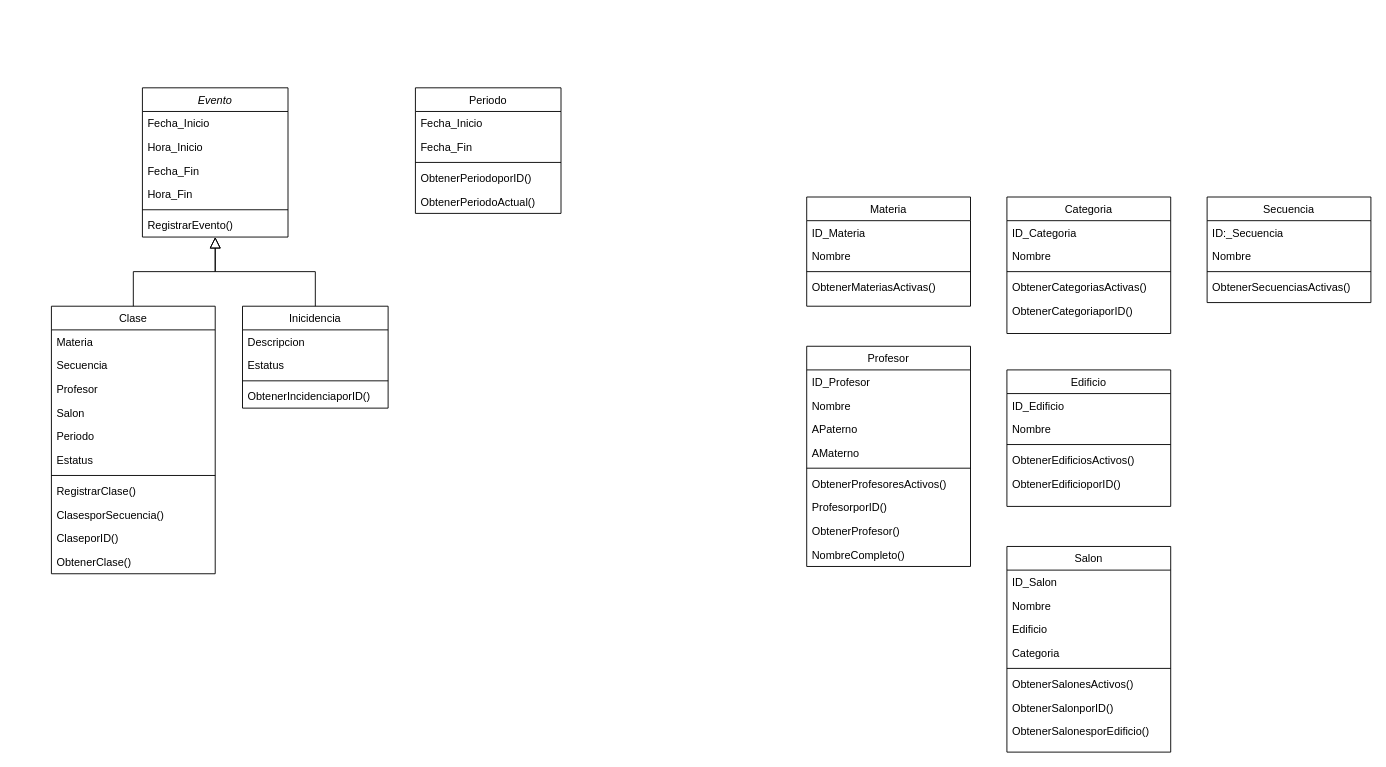
The draw.io diagram app/Http/Controllers/Diagrama de Clases.drawio in licdavidob/Zeus, before the edit. Source tidied: cells renumbered, new cells numbered last; positions are measured from the earlier drawing's top-left corner, leaving out a move shared by most shapes. Both pictures are drawn from the tidied source at 91%, with x=0, y=0 at pixel (51, 87).
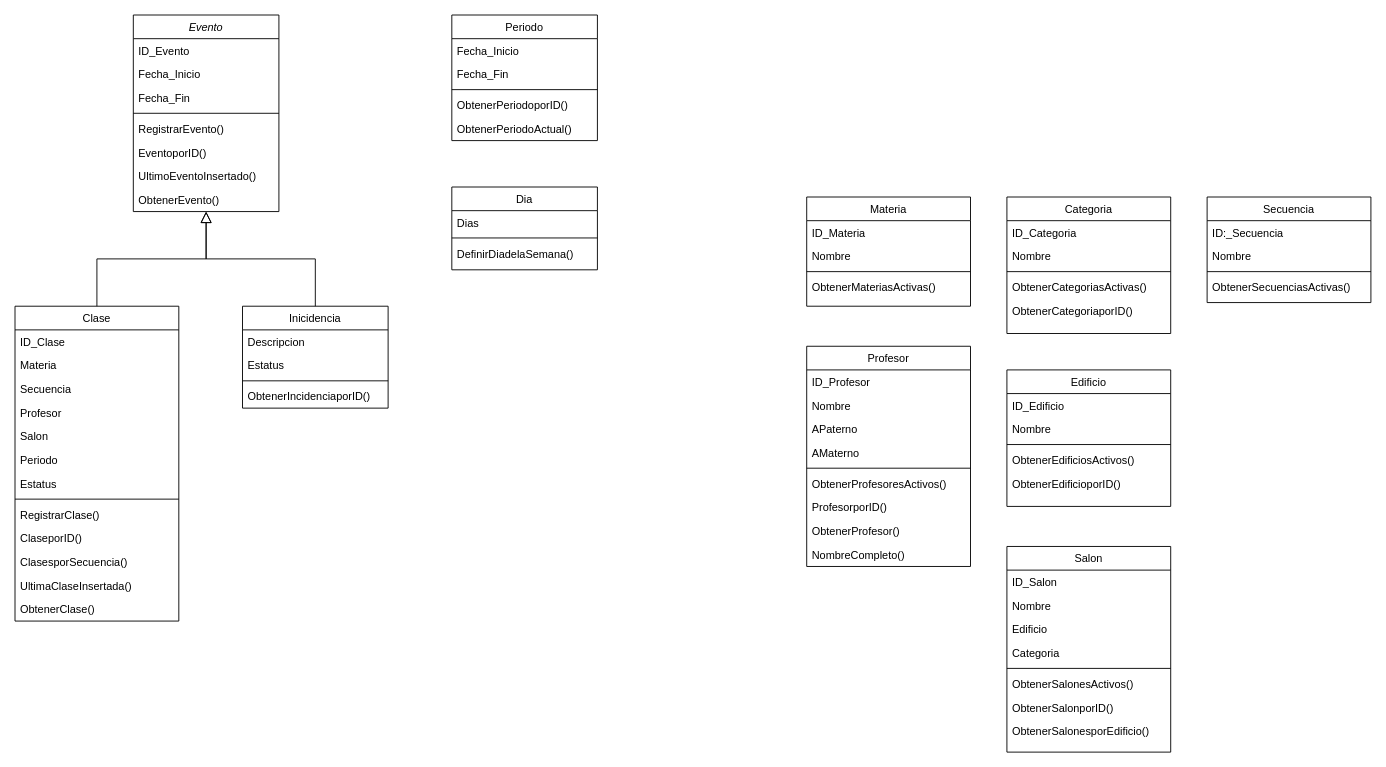
Above is the later version.

Diff of the diagram source:
```diff
@@
     <mxCell id="2" value="Evento" style="swimlane;fontStyle=2;align=center;verticalAlign=top;horizontal=1;startSize=26;rounded=0;shadow=0;strokeWidth=1;" parent="1" vertex="1">
-      <mxGeometry x="100" width="160" height="164" as="geometry" />
+      <mxGeometry x="90" y="-80" width="160" height="216" as="geometry" />
     </mxCell>
+    <mxCell id="75" value="ID_Evento" style="text;align=left;verticalAlign=top;spacingLeft=4;spacingRight=4;overflow=hidden;" parent="2" vertex="1">
+      <mxGeometry y="26" width="160" height="26" as="geometry" />
+    </mxCell>
     <mxCell id="3" value="Fecha_Inicio" style="text;align=left;verticalAlign=top;spacingLeft=4;spacingRight=4;overflow=hidden;" parent="2" vertex="1">
-      <mxGeometry y="26" width="160" height="26" as="geometry" />
+      <mxGeometry y="52" width="160" height="26" as="geometry" />
     </mxCell>
-    <mxCell id="4" value="Hora_Inicio" style="text;align=left;verticalAlign=top;spacingLeft=4;spacingRight=4;overflow=hidden;rounded=0;shadow=0;html=0;" parent="2" vertex="1">
-      <mxGeometry y="52" width="160" height="26" as="geometry" />
-    </mxCell>
@@
-    <mxCell id="6" value="Hora_Fin" style="text;align=left;verticalAlign=top;spacingLeft=4;spacingRight=4;overflow=hidden;rounded=0;shadow=0;html=0;" parent="2" vertex="1">
-      <mxGeometry y="104" width="160" height="26" as="geometry" />
-    </mxCell>
     <mxCell id="7" style="line;html=1;strokeWidth=1;align=left;verticalAlign=middle;spacingTop=-1;spacingLeft=3;spacingRight=3;labelPosition=right;" parent="2" vertex="1">
-      <mxGeometry y="130" width="160" height="8" as="geometry" />
+      <mxGeometry y="104" width="160" height="8" as="geometry" />
     </mxCell>
     <mxCell id="8" value="RegistrarEvento()" style="text;align=left;verticalAlign=top;spacingLeft=4;spacingRight=4;overflow=hidden;" parent="2" vertex="1">
-      <mxGeometry y="138" width="160" height="26" as="geometry" />
+      <mxGeometry y="112" width="160" height="26" as="geometry" />
     </mxCell>
+    <mxCell id="76" value="EventoporID()" style="text;align=left;verticalAlign=top;spacingLeft=4;spacingRight=4;overflow=hidden;" parent="2" vertex="1">
+      <mxGeometry y="138" width="160" height="26" as="geometry" />
+    </mxCell>
+    <mxCell id="77" value="UltimoEventoInsertado()" style="text;align=left;verticalAlign=top;spacingLeft=4;spacingRight=4;overflow=hidden;" parent="2" vertex="1">
+      <mxGeometry y="164" width="160" height="26" as="geometry" />
+    </mxCell>
+    <mxCell id="78" value="ObtenerEvento()" style="text;align=left;verticalAlign=top;spacingLeft=4;spacingRight=4;overflow=hidden;" parent="2" vertex="1">
+      <mxGeometry y="190" width="160" height="26" as="geometry" />
+    </mxCell>
     <mxCell id="9" value="Clase" style="swimlane;fontStyle=0;align=center;verticalAlign=top;horizontal=1;startSize=26;rounded=0;shadow=0;strokeWidth=1;" parent="1" vertex="1">
-      <mxGeometry y="240" width="180" height="294" as="geometry" />
+      <mxGeometry x="-40" y="240" width="180" height="346" as="geometry" />
     </mxCell>
+    <mxCell id="79" value="ID_Clase" style="text;align=left;verticalAlign=top;spacingLeft=4;spacingRight=4;overflow=hidden;" parent="9" vertex="1">
+      <mxGeometry y="26" width="180" height="26" as="geometry" />
+    </mxCell>
     <mxCell id="10" value="Materia" style="text;align=left;verticalAlign=top;spacingLeft=4;spacingRight=4;overflow=hidden;" parent="9" vertex="1">
-      <mxGeometry y="26" width="180" height="26" as="geometry" />
+      <mxGeometry y="52" width="180" height="26" as="geometry" />
     </mxCell>
     <mxCell id="11" value="Secuencia" style="text;align=left;verticalAlign=top;spacingLeft=4;spacingRight=4;overflow=hidden;fontStyle=0;" parent="9" vertex="1">
-      <mxGeometry y="52" width="180" height="26" as="geometry" />
+      <mxGeometry y="78" width="180" height="26" as="geometry" />
     </mxCell>
     <mxCell id="12" value="Profesor" style="text;align=left;verticalAlign=top;spacingLeft=4;spacingRight=4;overflow=hidden;" parent="9" vertex="1">
-      <mxGeometry y="78" width="180" height="26" as="geometry" />
+      <mxGeometry y="104" width="180" height="26" as="geometry" />
     </mxCell>
     <mxCell id="13" value="Salon" style="text;align=left;verticalAlign=top;spacingLeft=4;spacingRight=4;overflow=hidden;" parent="9" vertex="1">
-      <mxGeometry y="104" width="180" height="26" as="geometry" />
+      <mxGeometry y="130" width="180" height="26" as="geometry" />
     </mxCell>
     <mxCell id="14" value="Periodo" style="text;align=left;verticalAlign=top;spacingLeft=4;spacingRight=4;overflow=hidden;" parent="9" vertex="1">
-      <mxGeometry y="130" width="180" height="26" as="geometry" />
+      <mxGeometry y="156" width="180" height="26" as="geometry" />
     </mxCell>
     <mxCell id="15" value="Estatus" style="text;align=left;verticalAlign=top;spacingLeft=4;spacingRight=4;overflow=hidden;" parent="9" vertex="1">
-      <mxGeometry y="156" width="180" height="26" as="geometry" />
+      <mxGeometry y="182" width="180" height="26" as="geometry" />
     </mxCell>
     <mxCell id="16" style="line;html=1;strokeWidth=1;align=left;verticalAlign=middle;spacingTop=-1;spacingLeft=3;spacingRight=3;labelPosition=right;" parent="9" vertex="1">
-      <mxGeometry y="182" width="180" height="8" as="geometry" />
+      <mxGeometry y="208" width="180" height="8" as="geometry" />
     </mxCell>
     <mxCell id="17" value="RegistrarClase()" style="text;align=left;verticalAlign=top;spacingLeft=4;spacingRight=4;overflow=hidden;" parent="9" vertex="1">
-      <mxGeometry y="190" width="180" height="26" as="geometry" />
+      <mxGeometry y="216" width="180" height="26" as="geometry" />
     </mxCell>
+    <mxCell id="19" value="ClaseporID()" style="text;align=left;verticalAlign=top;spacingLeft=4;spacingRight=4;overflow=hidden;" parent="9" vertex="1">
+      <mxGeometry y="242" width="180" height="26" as="geometry" />
+    </mxCell>
     <mxCell id="18" value="ClasesporSecuencia()" style="text;align=left;verticalAlign=top;spacingLeft=4;spacingRight=4;overflow=hidden;" parent="9" vertex="1">
-      <mxGeometry y="216" width="180" height="26" as="geometry" />
+      <mxGeometry y="268" width="180" height="26" as="geometry" />
     </mxCell>
-    <mxCell id="19" value="ClaseporID()" style="text;align=left;verticalAlign=top;spacingLeft=4;spacingRight=4;overflow=hidden;" parent="9" vertex="1">
-      <mxGeometry y="242" width="180" height="26" as="geometry" />
-    </mxCell>
+    <mxCell id="80" value="UltimaClaseInsertada()" style="text;align=left;verticalAlign=top;spacingLeft=4;spacingRight=4;overflow=hidden;" parent="9" vertex="1">
+      <mxGeometry y="294" width="180" height="26" as="geometry" />
+    </mxCell>
     <mxCell id="20" value="ObtenerClase()" style="text;align=left;verticalAlign=top;spacingLeft=4;spacingRight=4;overflow=hidden;" parent="9" vertex="1">
-      <mxGeometry y="268" width="180" height="26" as="geometry" />
+      <mxGeometry y="320" width="180" height="26" as="geometry" />
     </mxCell>
@@
     <mxCell id="28" value="Periodo" style="swimlane;fontStyle=0;align=center;verticalAlign=top;horizontal=1;startSize=26;rounded=0;shadow=0;strokeWidth=1;" parent="1" vertex="1">
-      <mxGeometry x="400" width="160" height="138" as="geometry" />
+      <mxGeometry x="440" y="-80" width="160" height="138" as="geometry" />
     </mxCell>
@@
+    <mxCell id="81" value="Dia" style="swimlane;fontStyle=0;align=center;verticalAlign=top;horizontal=1;startSize=26;rounded=0;shadow=0;strokeWidth=1;" parent="1" vertex="1">
+      <mxGeometry x="440" y="109" width="160" height="91" as="geometry" />
+    </mxCell>
+    <mxCell id="82" value="Dias" style="text;align=left;verticalAlign=top;spacingLeft=4;spacingRight=4;overflow=hidden;" parent="81" vertex="1">
+      <mxGeometry y="26" width="160" height="26" as="geometry" />
+    </mxCell>
+    <mxCell id="83" style="line;html=1;strokeWidth=1;align=left;verticalAlign=middle;spacingTop=-1;spacingLeft=3;spacingRight=3;labelPosition=right;" parent="81" vertex="1">
+      <mxGeometry y="52" width="160" height="8" as="geometry" />
+    </mxCell>
+    <mxCell id="84" value="DefinirDiadelaSemana()" style="text;align=left;verticalAlign=top;spacingLeft=4;spacingRight=4;overflow=hidden;" parent="81" vertex="1">
+      <mxGeometry y="60" width="160" height="26" as="geometry" />
+    </mxCell>
```
